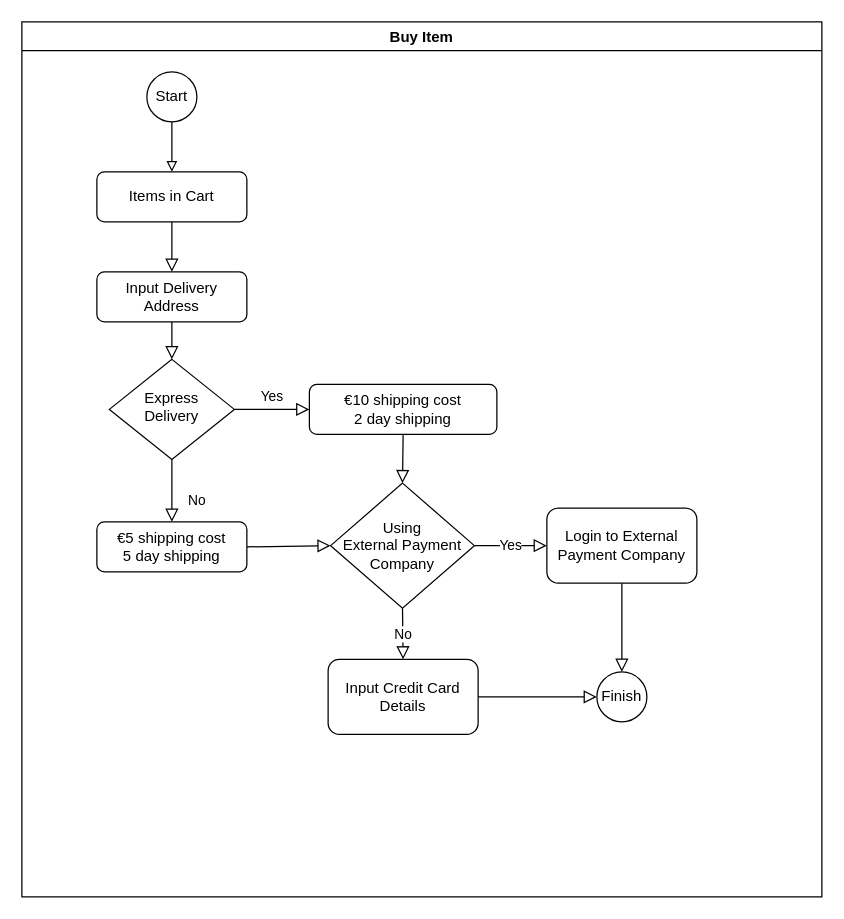
Darren-ODonnell/BusinessModellingDiagrams keeps this draw.io diagram as week1/Flow Chart Shop.drawio. Above is the earlier version. Source tidied: cells renumbered, new cells numbered last; positions are measured from the earlier drawing's top-left corner, leaving out a move shared by most shapes. Both pictures are drawn from the tidied source at 125%, with x=0, y=0 at pixel (21, 21).
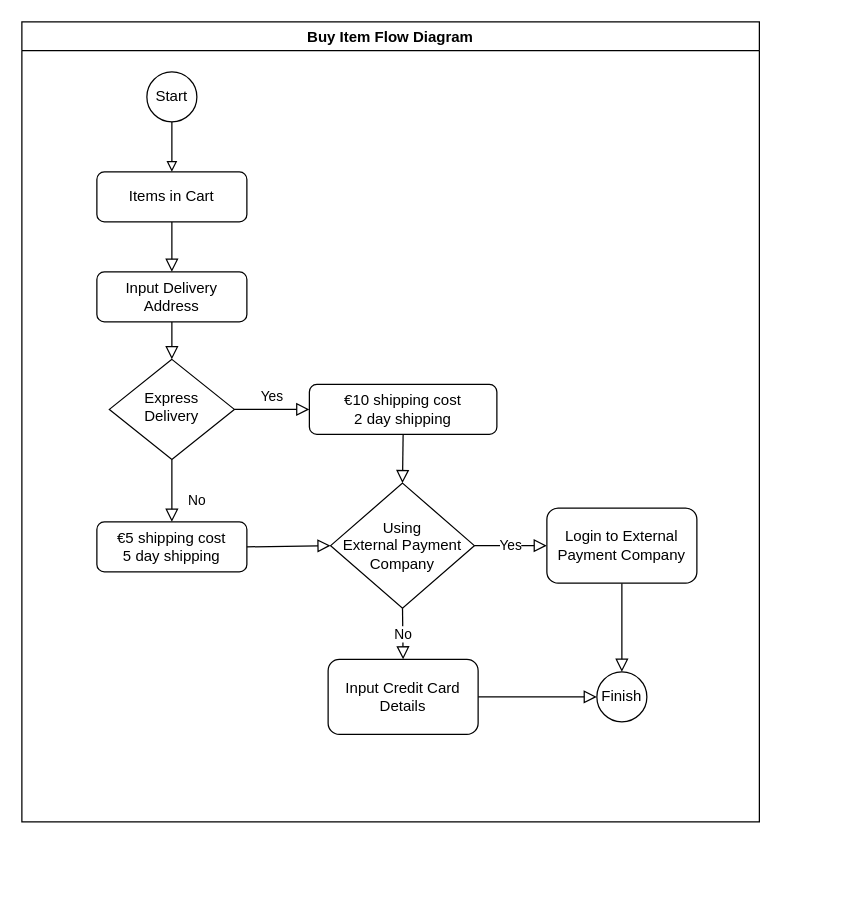
The same diagram, later.

Diff of the diagram source:
```diff
@@
-    <mxCell id="2" value="Buy Item" style="swimlane;" parent="1" vertex="1">
-      <mxGeometry width="640" height="700" as="geometry" />
+    <mxCell id="2" value="Buy Item Flow Diagram" style="swimlane;" parent="1" vertex="1">
+      <mxGeometry width="590" height="640" as="geometry" />
     </mxCell>
```
